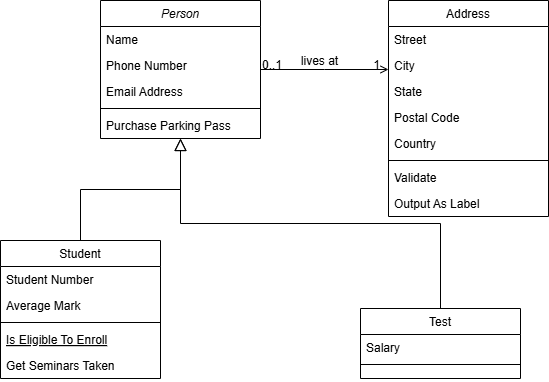
Before: Documentation/Planify_ClassDiagram.drawio.png, a diagram exported from draw.io (muazzamaqeel/Planify-Calendar). Source tidied: cells renumbered, new cells last; positions are measured from the earlier drawing's top-left corner, leaving out a move shared by most shapes.
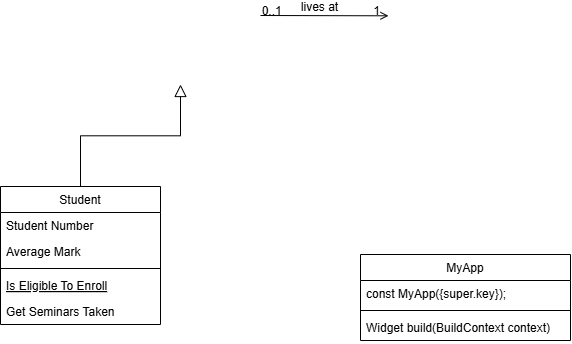
The same diagram one commit later.

The edit, as a diff of the source:
```diff
@@ -2,24 +2,6 @@
   <root>
     <mxCell id="0" />
     <mxCell id="1" parent="0" />
-    <mxCell id="2" value="Person" style="swimlane;fontStyle=2;align=center;verticalAlign=top;horizontal=1;startSize=26;rounded=0;shadow=0;strokeWidth=1;" parent="1" vertex="1">
-      <mxGeometry x="100" width="160" height="138" as="geometry" />
-    </mxCell>
-    <mxCell id="3" value="Name" style="text;align=left;verticalAlign=top;spacingLeft=4;spacingRight=4;overflow=hidden;" parent="2" vertex="1">
-      <mxGeometry y="26" width="160" height="26" as="geometry" />
-    </mxCell>
-    <mxCell id="4" value="Phone Number" style="text;align=left;verticalAlign=top;spacingLeft=4;spacingRight=4;overflow=hidden;rounded=0;shadow=0;html=0;" parent="2" vertex="1">
-      <mxGeometry y="52" width="160" height="26" as="geometry" />
-    </mxCell>
-    <mxCell id="5" value="Email Address" style="text;align=left;verticalAlign=top;spacingLeft=4;spacingRight=4;overflow=hidden;rounded=0;shadow=0;html=0;" parent="2" vertex="1">
-      <mxGeometry y="78" width="160" height="26" as="geometry" />
-    </mxCell>
-    <mxCell id="6" style="line;html=1;strokeWidth=1;align=left;verticalAlign=middle;spacingTop=-1;spacingLeft=3;spacingRight=3;labelPosition=right;" parent="2" vertex="1">
-      <mxGeometry y="104" width="160" height="8" as="geometry" />
-    </mxCell>
-    <mxCell id="7" value="Purchase Parking Pass" style="text;align=left;verticalAlign=top;spacingLeft=4;spacingRight=4;overflow=hidden;" parent="2" vertex="1">
-      <mxGeometry y="112" width="160" height="26" as="geometry" />
-    </mxCell>
     <mxCell id="8" value="Student" style="swimlane;fontStyle=0;align=center;verticalAlign=top;horizontal=1;startSize=26;rounded=0;shadow=0;strokeWidth=1;" parent="1" vertex="1">
       <mxGeometry y="240" width="160" height="138" as="geometry" />
     </mxCell>
@@ -38,50 +20,27 @@
     <mxCell id="13" value="Get Seminars Taken" style="text;align=left;verticalAlign=top;spacingLeft=4;spacingRight=4;overflow=hidden;" parent="8" vertex="1">
       <mxGeometry y="112" width="160" height="26" as="geometry" />
     </mxCell>
-    <mxCell id="14" style="endArrow=block;endSize=10;endFill=0;shadow=0;strokeWidth=1;rounded=0;curved=0;edgeStyle=elbowEdgeStyle;elbow=vertical;" parent="1" edge="1" source="8" target="2">
-      <mxGeometry relative="1" as="geometry" />
+    <mxCell id="14" style="endArrow=block;endSize=10;endFill=0;shadow=0;strokeWidth=1;rounded=0;curved=0;edgeStyle=elbowEdgeStyle;elbow=vertical;" parent="1" edge="1" source="8">
+      <mxGeometry relative="1" as="geometry">
+        <mxPoint x="180" y="138" as="targetPoint" />
+      </mxGeometry>
     </mxCell>
-    <mxCell id="15" value="Test" style="swimlane;fontStyle=0;align=center;verticalAlign=top;horizontal=1;startSize=26;rounded=0;shadow=0;strokeWidth=1;" parent="1" vertex="1">
-      <mxGeometry x="360" y="308" width="160" height="70" as="geometry" />
+    <mxCell id="15" value="MyApp" style="swimlane;fontStyle=0;align=center;verticalAlign=top;horizontal=1;startSize=26;rounded=0;shadow=0;strokeWidth=1;" parent="1" vertex="1">
+      <mxGeometry x="360" y="308" width="210" height="86" as="geometry" />
     </mxCell>
-    <mxCell id="16" value="Salary" style="text;align=left;verticalAlign=top;spacingLeft=4;spacingRight=4;overflow=hidden;" parent="15" vertex="1">
-      <mxGeometry y="26" width="160" height="26" as="geometry" />
+    <mxCell id="16" value="const MyApp({super.key});" style="text;align=left;verticalAlign=top;spacingLeft=4;spacingRight=4;overflow=hidden;" parent="15" vertex="1">
+      <mxGeometry y="26" width="210" height="26" as="geometry" />
     </mxCell>
     <mxCell id="17" style="line;html=1;strokeWidth=1;align=left;verticalAlign=middle;spacingTop=-1;spacingLeft=3;spacingRight=3;labelPosition=right;" parent="15" vertex="1">
-      <mxGeometry y="52" width="160" height="8" as="geometry" />
+      <mxGeometry y="52" width="210" height="8" as="geometry" />
     </mxCell>
-    <mxCell id="18" style="endArrow=block;endSize=10;endFill=0;shadow=0;strokeWidth=1;rounded=0;curved=0;edgeStyle=elbowEdgeStyle;elbow=vertical;" parent="1" edge="1" source="15" target="2">
-      <mxGeometry relative="1" as="geometry" />
-    </mxCell>
-    <mxCell id="19" value="Address" style="swimlane;fontStyle=0;align=center;verticalAlign=top;horizontal=1;startSize=26;rounded=0;shadow=0;strokeWidth=1;" parent="1" vertex="1">
-      <mxGeometry x="388" width="160" height="216" as="geometry" />
-    </mxCell>
-    <mxCell id="20" value="Street" style="text;align=left;verticalAlign=top;spacingLeft=4;spacingRight=4;overflow=hidden;" parent="19" vertex="1">
-      <mxGeometry y="26" width="160" height="26" as="geometry" />
-    </mxCell>
-    <mxCell id="21" value="City" style="text;align=left;verticalAlign=top;spacingLeft=4;spacingRight=4;overflow=hidden;rounded=0;shadow=0;html=0;" parent="19" vertex="1">
-      <mxGeometry y="52" width="160" height="26" as="geometry" />
-    </mxCell>
-    <mxCell id="22" value="State" style="text;align=left;verticalAlign=top;spacingLeft=4;spacingRight=4;overflow=hidden;rounded=0;shadow=0;html=0;" parent="19" vertex="1">
-      <mxGeometry y="78" width="160" height="26" as="geometry" />
-    </mxCell>
-    <mxCell id="23" value="Postal Code" style="text;align=left;verticalAlign=top;spacingLeft=4;spacingRight=4;overflow=hidden;rounded=0;shadow=0;html=0;" parent="19" vertex="1">
-      <mxGeometry y="104" width="160" height="26" as="geometry" />
-    </mxCell>
-    <mxCell id="24" value="Country" style="text;align=left;verticalAlign=top;spacingLeft=4;spacingRight=4;overflow=hidden;rounded=0;shadow=0;html=0;" parent="19" vertex="1">
-      <mxGeometry y="130" width="160" height="26" as="geometry" />
-    </mxCell>
-    <mxCell id="25" style="line;html=1;strokeWidth=1;align=left;verticalAlign=middle;spacingTop=-1;spacingLeft=3;spacingRight=3;labelPosition=right;" parent="19" vertex="1">
-      <mxGeometry y="156" width="160" height="8" as="geometry" />
-    </mxCell>
-    <mxCell id="26" value="Validate" style="text;align=left;verticalAlign=top;spacingLeft=4;spacingRight=4;overflow=hidden;" parent="19" vertex="1">
-      <mxGeometry y="164" width="160" height="26" as="geometry" />
-    </mxCell>
-    <mxCell id="27" value="Output As Label" style="text;align=left;verticalAlign=top;spacingLeft=4;spacingRight=4;overflow=hidden;" parent="19" vertex="1">
-      <mxGeometry y="190" width="160" height="26" as="geometry" />
-    </mxCell>
+    <mxCell id="32" value="Widget build(BuildContext context)" style="text;align=left;verticalAlign=top;spacingLeft=4;spacingRight=4;overflow=hidden;" parent="15" vertex="1">
+      <mxGeometry y="60" width="210" height="26" as="geometry" />
+    </mxCell>
-    <mxCell id="28" style="endArrow=open;shadow=0;strokeWidth=1;rounded=0;curved=0;endFill=1;edgeStyle=elbowEdgeStyle;elbow=vertical;" parent="1" edge="1" source="2" target="19">
+    <mxCell id="28" style="endArrow=open;shadow=0;strokeWidth=1;rounded=0;curved=0;endFill=1;edgeStyle=elbowEdgeStyle;elbow=vertical;" parent="1" edge="1">
       <mxGeometry x="0.5" y="41" relative="1" as="geometry">
+        <mxPoint x="260" y="69" as="sourcePoint" />
+        <mxPoint x="388" y="69" as="targetPoint" />
         <mxPoint x="-40" y="32" as="offset" />
       </mxGeometry>
     </mxCell>
```
